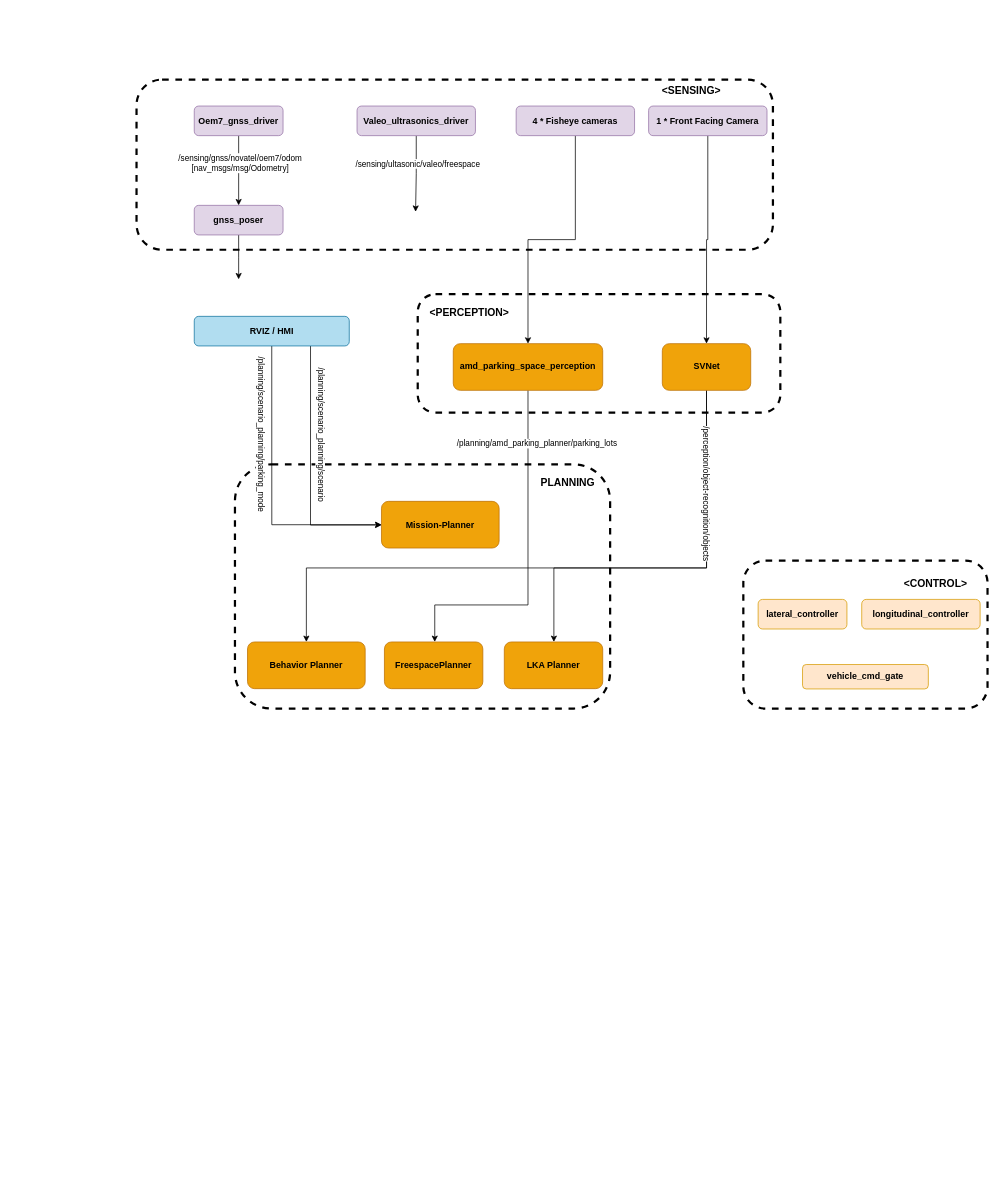
Before: Highway-pilot.drawio in Narendarselva/autoware_docs, a draw.io diagram. Source tidied: cells renumbered, new cells numbered last; positions are measured from the earlier drawing's top-left corner, leaving out a move shared by most shapes. Both pictures are drawn from the tidied source at 74%, with x=0, y=0 at pixel (136, 79).
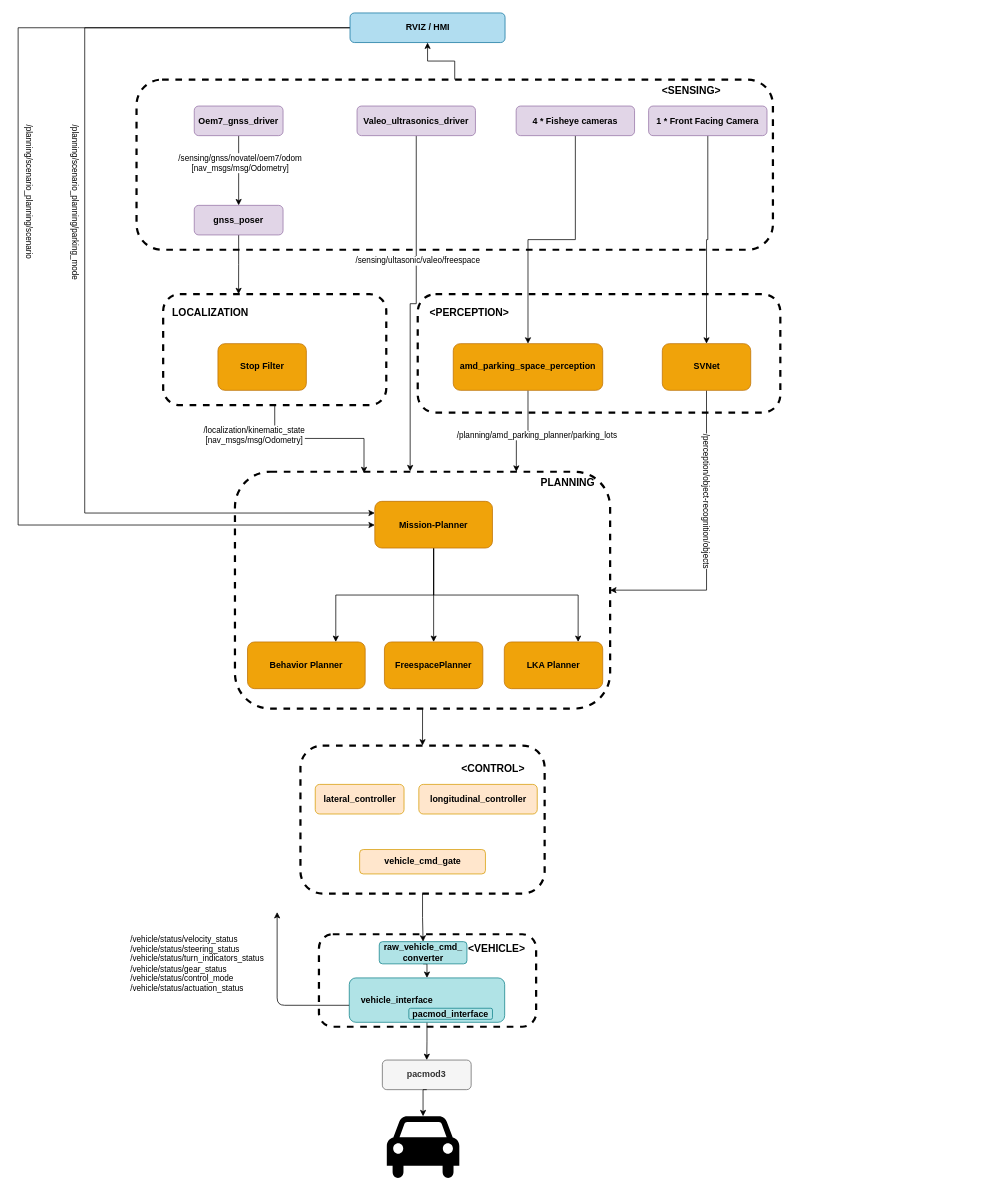
Above is the later version.

Unchanged cells that the change refers to:
```xml
<mxCell id="3" style="rounded=1;whiteSpace=wrap;html=1;dashed=1;fillColor=none;strokeWidth=3;comic=0;" parent="1" vertex="1">
  <mxGeometry width="860" height="230" as="geometry" />
</mxCell>
<mxCell id="9" value="&lt;b&gt;gnss_poser&lt;/b&gt;" style="rounded=1;whiteSpace=wrap;html=1;comic=0;strokeColor=#9673a6;fillColor=#e1d5e7;sketch=0;" parent="1" vertex="1">
  <mxGeometry x="78" y="170" width="120" height="40" as="geometry" />
</mxCell>
<mxCell id="12" value="&lt;b&gt;Valeo_ultrasonics_driver&lt;/b&gt;" style="rounded=1;whiteSpace=wrap;html=1;comic=0;strokeColor=#9673a6;fillColor=#e1d5e7;sketch=0;" parent="1" vertex="1">
  <mxGeometry x="298" y="35.8" width="160" height="40" as="geometry" />
</mxCell>
<mxCell id="21" value="&lt;b&gt;amd_parking_space_perception&lt;/b&gt;" style="rounded=1;whiteSpace=wrap;html=1;comic=0;strokeColor=#BD7000;fillColor=#f0a30a;sketch=0;fontColor=#000000;" parent="1" vertex="1">
  <mxGeometry x="428" y="356.9" width="202" height="63.1" as="geometry" />
</mxCell>
<mxCell id="25" value="&lt;b&gt;SVNet&lt;/b&gt;" style="rounded=1;whiteSpace=wrap;html=1;comic=0;strokeColor=#BD7000;fillColor=#f0a30a;sketch=0;fontColor=#000000;" parent="1" vertex="1">
  <mxGeometry x="710.5" y="356.9" width="119.5" height="63.1" as="geometry" />
</mxCell>
<mxCell id="27" value="&lt;b&gt;Behavior Planner&lt;/b&gt;" style="rounded=1;whiteSpace=wrap;html=1;comic=0;strokeColor=#BD7000;fillColor=#f0a30a;sketch=0;fontColor=#000000;" parent="1" vertex="1">
  <mxGeometry x="150" y="760" width="159" height="63.1" as="geometry" />
</mxCell>
<mxCell id="28" value="&lt;b&gt;FreespacePlanner&lt;/b&gt;" style="rounded=1;whiteSpace=wrap;html=1;comic=0;strokeColor=#BD7000;fillColor=#f0a30a;sketch=0;fontColor=#000000;" parent="1" vertex="1">
  <mxGeometry x="335" y="760" width="133" height="63.1" as="geometry" />
</mxCell>
<mxCell id="30" value="&lt;b&gt;LKA Planner&lt;/b&gt;" style="rounded=1;whiteSpace=wrap;html=1;comic=0;strokeColor=#BD7000;fillColor=#f0a30a;sketch=0;fontColor=#000000;" parent="1" vertex="1">
  <mxGeometry x="497" y="760" width="133" height="63.1" as="geometry" />
</mxCell>
```

What changed in the source:
```diff
@@
+    <mxCell id="41" style="edgeStyle=orthogonalEdgeStyle;rounded=0;jettySize=auto;html=1;exitX=0.5;exitY=1;exitDx=0;exitDy=0;entryX=0.5;entryY=0;entryDx=0;entryDy=0;" parent="1" edge="1" source="2" target="36">
+      <mxGeometry relative="1" as="geometry" />
+    </mxCell>
     <mxCell id="2" style="rounded=1;whiteSpace=wrap;html=1;dashed=1;fillColor=none;strokeWidth=3;comic=0;" parent="1" vertex="1">
-      <mxGeometry x="133" y="520" width="507" height="330" as="geometry" />
+      <mxGeometry x="133" y="530" width="507" height="320" as="geometry" />
     </mxCell>
+    <mxCell id="42" style="edgeStyle=orthogonalEdgeStyle;rounded=0;jettySize=auto;html=1;" parent="1" edge="1" source="3" target="35">
+      <mxGeometry relative="1" as="geometry" />
+    </mxCell>
@@
-    <mxCell id="8" style="edgeStyle=orthogonalEdgeStyle;rounded=0;jettySize=auto;html=1;exitX=0.5;exitY=1;exitDx=0;exitDy=0;" parent="1" edge="1" source="9">
-      <mxGeometry relative="1" as="geometry">
-        <mxPoint x="138" y="270" as="targetPoint" />
-      </mxGeometry>
+    <mxCell id="8" style="edgeStyle=orthogonalEdgeStyle;rounded=0;jettySize=auto;html=1;exitX=0.5;exitY=1;exitDx=0;exitDy=0;entryX=0.338;entryY=0;entryDx=0;entryDy=0;entryPerimeter=0;" parent="1" edge="1" source="9" target="47">
+      <mxGeometry relative="1" as="geometry" />
     </mxCell>
@@
-    <mxCell id="10" style="edgeStyle=orthogonalEdgeStyle;rounded=0;jettySize=auto;html=1;exitX=0.5;exitY=1;exitDx=0;exitDy=0;" parent="1" edge="1" source="12">
-      <mxGeometry relative="1" as="geometry">
-        <mxPoint x="377.1" y="178.7" as="targetPoint" />
-      </mxGeometry>
+    <mxCell id="10" style="edgeStyle=orthogonalEdgeStyle;rounded=0;jettySize=auto;html=1;exitX=0.5;exitY=1;exitDx=0;exitDy=0;entryX=0.467;entryY=-0.002;entryDx=0;entryDy=0;entryPerimeter=0;" parent="1" edge="1" source="12" target="2">
+      <mxGeometry relative="1" as="geometry" />
     </mxCell>
@@
-    <mxCell id="19" style="edgeStyle=orthogonalEdgeStyle;rounded=0;jettySize=auto;html=1;exitX=0.5;exitY=1;exitDx=0;exitDy=0;" parent="1" edge="1" source="21" target="28">
+    <mxCell id="19" style="edgeStyle=orthogonalEdgeStyle;rounded=0;jettySize=auto;html=1;exitX=0.5;exitY=1;exitDx=0;exitDy=0;entryX=0.75;entryY=0;entryDx=0;entryDy=0;" parent="1" edge="1" source="21" target="2">
       <mxGeometry relative="1" as="geometry">
         <Array as="points">
-          <mxPoint x="529" y="710" />
-          <mxPoint x="403" y="710" />
+          <mxPoint x="529" y="480" />
+          <mxPoint x="513" y="480" />
         </Array>
       </mxGeometry>
     </mxCell>
     <mxCell id="20" value="/planning/amd_parking_planner/parking_lots" style="edgeLabel;html=1;align=center;verticalAlign=middle;" parent="19" vertex="1">
       <mxGeometry x="-0.65" y="-1" relative="1" as="geometry">
-        <mxPoint x="12" y="-11" as="offset" />
+        <mxPoint x="12" y="38" as="offset" />
       </mxGeometry>
     </mxCell>
@@
-    <mxCell id="22" style="edgeStyle=orthogonalEdgeStyle;rounded=0;jettySize=auto;html=1;exitX=0.5;exitY=1;exitDx=0;exitDy=0;entryX=0.5;entryY=0;entryDx=0;entryDy=0;" parent="1" edge="1" source="25" target="27">
-      <mxGeometry relative="1" as="geometry">
-        <Array as="points">
-          <mxPoint x="770" y="660" />
-          <mxPoint x="230" y="660" />
-        </Array>
-      </mxGeometry>
-    </mxCell>
-    <mxCell id="23" style="edgeStyle=orthogonalEdgeStyle;rounded=0;jettySize=auto;html=1;exitX=0.5;exitY=1;exitDx=0;exitDy=0;" parent="1" edge="1" source="25" target="30">
+    <mxCell id="23" style="edgeStyle=orthogonalEdgeStyle;rounded=0;jettySize=auto;html=1;exitX=0.5;exitY=1;exitDx=0;exitDy=0;entryX=1;entryY=0.5;entryDx=0;entryDy=0;" parent="1" edge="1" source="25" target="2">
       <mxGeometry relative="1" as="geometry">
         <Array as="points">
-          <mxPoint x="770" y="660" />
-          <mxPoint x="564" y="660" />
+          <mxPoint x="770" y="690" />
         </Array>
       </mxGeometry>
     </mxCell>
     <mxCell id="24" value="/perception/object-recognition/objects" style="edgeLabel;html=1;align=center;verticalAlign=middle;rotation=90;" parent="23" vertex="1">
       <mxGeometry x="-0.63" relative="1" as="geometry">
-        <mxPoint y="38" as="offset" />
+        <mxPoint y="75" as="offset" />
       </mxGeometry>
     </mxCell>
@@
+    <mxCell id="43" style="edgeStyle=orthogonalEdgeStyle;rounded=0;jettySize=auto;html=1;exitX=0.5;exitY=1;exitDx=0;exitDy=0;entryX=0.75;entryY=0;entryDx=0;entryDy=0;" parent="1" edge="1" source="29" target="27">
+      <mxGeometry relative="1" as="geometry" />
+    </mxCell>
+    <mxCell id="44" style="edgeStyle=orthogonalEdgeStyle;rounded=0;jettySize=auto;html=1;exitX=0.5;exitY=1;exitDx=0;exitDy=0;entryX=0.75;entryY=0;entryDx=0;entryDy=0;" parent="1" edge="1" source="29" target="30">
+      <mxGeometry relative="1" as="geometry" />
+    </mxCell>
+    <mxCell id="45" style="edgeStyle=orthogonalEdgeStyle;rounded=0;jettySize=auto;html=1;exitX=0.5;exitY=1;exitDx=0;exitDy=0;" parent="1" edge="1" source="29" target="28">
+      <mxGeometry relative="1" as="geometry" />
+    </mxCell>
     <mxCell id="29" value="&lt;b&gt;Mission-Planner&lt;/b&gt;" style="rounded=1;whiteSpace=wrap;html=1;comic=0;strokeColor=#BD7000;fillColor=#f0a30a;sketch=0;fontColor=#000000;" parent="1" vertex="1">
-      <mxGeometry x="331" y="570" width="159" height="63.1" as="geometry" />
+      <mxGeometry x="322" y="570" width="159" height="63.1" as="geometry" />
     </mxCell>
@@
-    <mxCell id="31" style="edgeStyle=orthogonalEdgeStyle;rounded=0;jettySize=auto;html=1;exitX=0.75;exitY=1;exitDx=0;exitDy=0;" parent="1" edge="1" source="35" target="29">
+    <mxCell id="31" style="edgeStyle=orthogonalEdgeStyle;rounded=0;jettySize=auto;html=1;exitX=0;exitY=0.5;exitDx=0;exitDy=0;" parent="1" edge="1" source="35" target="29">
       <mxGeometry relative="1" as="geometry">
         <Array as="points">
-          <mxPoint x="235" y="602" />
+          <mxPoint x="-160" y="-70" />
+          <mxPoint x="-160" y="602" />
         </Array>
       </mxGeometry>
     </mxCell>
@@
-    <mxCell id="33" style="edgeStyle=orthogonalEdgeStyle;rounded=0;jettySize=auto;html=1;exitX=0.5;exitY=1;exitDx=0;exitDy=0;entryX=0;entryY=0.5;entryDx=0;entryDy=0;" parent="1" edge="1" source="35" target="29">
-      <mxGeometry relative="1" as="geometry" />
+    <mxCell id="33" style="edgeStyle=orthogonalEdgeStyle;rounded=0;jettySize=auto;html=1;exitX=0.5;exitY=1;exitDx=0;exitDy=0;entryX=0;entryY=0.25;entryDx=0;entryDy=0;" parent="1" edge="1" source="35" target="29">
+      <mxGeometry relative="1" as="geometry">
+        <Array as="points">
+          <mxPoint x="392" y="-70" />
+          <mxPoint x="-70" y="-70" />
+          <mxPoint x="-70" y="586" />
+        </Array>
+      </mxGeometry>
     </mxCell>
@@
     <mxCell id="35" value="&lt;b&gt;RVIZ / HMI&lt;/b&gt;" style="rounded=1;whiteSpace=wrap;html=1;fillColor=#b1ddf0;strokeColor=#10739e;" parent="1" vertex="1">
-      <mxGeometry x="78" y="320" width="209.5" height="40" as="geometry" />
+      <mxGeometry x="288.5" y="-90" width="209.5" height="40" as="geometry" />
     </mxCell>
+    <mxCell id="46" style="edgeStyle=orthogonalEdgeStyle;rounded=0;jettySize=auto;html=1;exitX=0.5;exitY=1;exitDx=0;exitDy=0;entryX=0.5;entryY=0;entryDx=0;entryDy=0;" parent="1" edge="1" source="36" target="56">
+      <mxGeometry relative="1" as="geometry" />
+    </mxCell>
     <mxCell id="36" style="rounded=1;whiteSpace=wrap;html=1;dashed=1;fillColor=none;strokeWidth=3;comic=0;" parent="1" vertex="1">
-      <mxGeometry x="820" y="650" width="330" height="200" as="geometry" />
+      <mxGeometry x="221.5" y="900" width="330" height="200" as="geometry" />
     </mxCell>
     <mxCell id="37" value="&lt;b&gt;lateral_controller&lt;/b&gt;" style="rounded=1;whiteSpace=wrap;html=1;comic=0;fillColor=#ffe6cc;strokeColor=#d79b00;sketch=0;glass=0;shadow=0;" parent="1" vertex="1">
-      <mxGeometry x="840" y="702.5" width="120" height="40" as="geometry" />
+      <mxGeometry x="241.5" y="952.5" width="120" height="40" as="geometry" />
     </mxCell>
     <mxCell id="38" value="&lt;b&gt;longitudinal_controller&lt;/b&gt;" style="rounded=1;whiteSpace=wrap;html=1;comic=0;fillColor=#ffe6cc;strokeColor=#d79b00;sketch=0;glass=0;shadow=0;" parent="1" vertex="1">
-      <mxGeometry x="980" y="702.5" width="160" height="40" as="geometry" />
+      <mxGeometry x="381.5" y="952.5" width="160" height="40" as="geometry" />
     </mxCell>
     <mxCell id="39" value="&lt;b&gt;vehicle_cmd_gate&lt;/b&gt;" style="rounded=1;whiteSpace=wrap;html=1;comic=0;fillColor=#ffe6cc;strokeColor=#d79b00;sketch=0;glass=0;shadow=0;" parent="1" vertex="1">
-      <mxGeometry x="900" y="790.5" width="170" height="33" as="geometry" />
+      <mxGeometry x="301.5" y="1040.5" width="170" height="33" as="geometry" />
     </mxCell>
     <mxCell id="40" value="&lt;b&gt;&lt;font style=&quot;font-size: 14px;&quot;&gt;&amp;lt;CONTROL&amp;gt;&lt;/font&gt;&lt;/b&gt;" style="text;html=1;strokeColor=none;fillColor=none;align=center;verticalAlign=middle;whiteSpace=wrap;rounded=0;dashed=1;comic=0;" parent="1" vertex="1">
-      <mxGeometry x="1040" y="670.5" width="80" height="20" as="geometry" />
+      <mxGeometry x="441.5" y="920.5" width="80" height="20" as="geometry" />
     </mxCell>
+    <mxCell id="47" style="rounded=1;whiteSpace=wrap;html=1;dashed=1;fillColor=none;strokeWidth=3;comic=0;" parent="1" vertex="1">
+      <mxGeometry x="36" y="290" width="301.5" height="150" as="geometry" />
+    </mxCell>
+    <mxCell id="48" value="&lt;span style=&quot;font-size: 14px;&quot;&gt;&lt;b&gt;LOCALIZATION&lt;/b&gt;&lt;/span&gt;" style="text;html=1;strokeColor=none;fillColor=none;align=center;verticalAlign=middle;whiteSpace=wrap;rounded=0;dashed=1;comic=0;" parent="1" vertex="1">
+      <mxGeometry x="60" y="299.5" width="80" height="30" as="geometry" />
+    </mxCell>
+    <mxCell id="49" value="&lt;b&gt;Stop Filter&lt;/b&gt;" style="rounded=1;whiteSpace=wrap;html=1;comic=0;strokeColor=#BD7000;fillColor=#f0a30a;sketch=0;fontColor=#000000;" parent="1" vertex="1">
+      <mxGeometry x="110" y="356.9" width="119.5" height="63.1" as="geometry" />
+    </mxCell>
+    <mxCell id="50" style="edgeStyle=orthogonalEdgeStyle;rounded=0;jettySize=auto;html=1;exitX=0.5;exitY=1;exitDx=0;exitDy=0;entryX=0.344;entryY=0.006;entryDx=0;entryDy=0;entryPerimeter=0;" parent="1" edge="1" source="47" target="2">
+      <mxGeometry relative="1" as="geometry" />
+    </mxCell>
+    <mxCell id="51" value="/localization/kinematic_state&lt;br&gt;[nav_msgs/msg/Odometry]" style="edgeLabel;html=1;align=center;verticalAlign=middle;" parent="50" vertex="1">
+      <mxGeometry x="-0.03" y="-4" relative="1" as="geometry">
+        <mxPoint x="-86" y="-9" as="offset" />
+      </mxGeometry>
+    </mxCell>
+    <mxCell id="52" style="rounded=1;whiteSpace=wrap;html=1;dashed=1;fillColor=none;strokeWidth=3;comic=0;" parent="1" vertex="1">
+      <mxGeometry x="246.5" y="1155" width="293.5" height="125" as="geometry" />
+    </mxCell>
+    <mxCell id="53" style="edgeStyle=orthogonalEdgeStyle;rounded=0;jettySize=auto;html=1;exitX=0.5;exitY=1;exitDx=0;exitDy=0;" parent="1" edge="1" source="54" target="59">
+      <mxGeometry relative="1" as="geometry" />
+    </mxCell>
+    <mxCell id="54" value="&lt;b&gt;&amp;nbsp; &amp;nbsp; vehicle_interface&lt;/b&gt;" style="rounded=1;whiteSpace=wrap;html=1;fillColor=#b0e3e6;strokeColor=#0e8088;align=left;comic=0;sketch=0;" parent="1" vertex="1">
+      <mxGeometry x="287.5" y="1214" width="210" height="60" as="geometry" />
+    </mxCell>
+    <mxCell id="55" style="edgeStyle=orthogonalEdgeStyle;rounded=0;jettySize=auto;html=1;exitX=0.5;exitY=1;exitDx=0;exitDy=0;entryX=0.5;entryY=0;entryDx=0;entryDy=0;" parent="1" edge="1" source="56" target="54">
+      <mxGeometry relative="1" as="geometry" />
+    </mxCell>
+    <mxCell id="56" value="&lt;b&gt;raw_vehicle_cmd_&lt;/b&gt;&lt;br&gt;&lt;b&gt;converter&lt;/b&gt;" style="rounded=1;whiteSpace=wrap;html=1;comic=0;fillColor=#b0e3e6;strokeColor=#0e8088;sketch=0;" parent="1" vertex="1">
+      <mxGeometry x="328" y="1165" width="118.5" height="30" as="geometry" />
+    </mxCell>
+    <mxCell id="57" value="&lt;b&gt;pacmod_interface&lt;/b&gt;" style="rounded=1;whiteSpace=wrap;html=1;comic=0;fillColor=#b0e3e6;strokeColor=#0e8088;sketch=0;" parent="1" vertex="1">
+      <mxGeometry x="368" y="1255" width="113" height="15" as="geometry" />
+    </mxCell>
+    <mxCell id="58" value="/vehicle/status/velocity_status&lt;br&gt;/vehicle/status/steering_status&lt;br&gt;/vehicle/status/turn_indicators_status&lt;br&gt;/vehicle/status/gear_status&lt;br&gt;/vehicle/status/control_mode&lt;br&gt;/vehicle/status/&lt;span style=&quot;text-align: center&quot;&gt;actuation_status&lt;/span&gt;" style="endArrow=classic;html=1;exitX=-0.001;exitY=0.617;exitDx=0;exitDy=0;exitPerimeter=0;comic=0;align=left;" parent="1" edge="1" source="54">
+      <mxGeometry x="0.37" y="200" relative="1" as="geometry">
+        <mxPoint x="190" y="1125" as="targetPoint" />
+        <Array as="points">
+          <mxPoint x="190" y="1251" />
+        </Array>
+      </mxGeometry>
+    </mxCell>
+    <mxCell id="59" value="&lt;b&gt;pacmod3&lt;/b&gt;" style="rounded=1;whiteSpace=wrap;html=1;comic=0;fillColor=#f5f5f5;strokeColor=#666666;fontColor=#333333;sketch=0;" parent="1" vertex="1">
+      <mxGeometry x="332.2" y="1325" width="120" height="40" as="geometry" />
+    </mxCell>
+    <mxCell id="60" value="&lt;b&gt;&lt;font style=&quot;font-size: 14px;&quot;&gt;&amp;lt;VEHICLE&amp;gt;&lt;/font&gt;&lt;/b&gt;" style="text;html=1;strokeColor=none;fillColor=none;align=center;verticalAlign=middle;whiteSpace=wrap;rounded=0;dashed=1;comic=0;" parent="1" vertex="1">
+      <mxGeometry x="446.5" y="1165" width="80" height="20" as="geometry" />
+    </mxCell>
+    <mxCell id="61" style="shape=mxgraph.signs.transportation.car_4;html=1;fillColor=#000000;strokeColor=none;verticalLabelPosition=bottom;verticalAlign=top;align=center;dashed=1;strokeWidth=3;fontSize=12;fontColor=#000000;" parent="1" vertex="1">
+      <mxGeometry x="338.2" y="1401" width="98" height="86" as="geometry" />
+    </mxCell>
+    <mxCell id="62" style="edgeStyle=orthogonalEdgeStyle;rounded=0;jettySize=auto;html=1;exitX=0.5;exitY=1;exitDx=0;exitDy=0;entryX=0.5;entryY=0;entryDx=0;entryDy=0;entryPerimeter=0;" parent="1" edge="1" source="59" target="61">
+      <mxGeometry relative="1" as="geometry" />
+    </mxCell>
```
